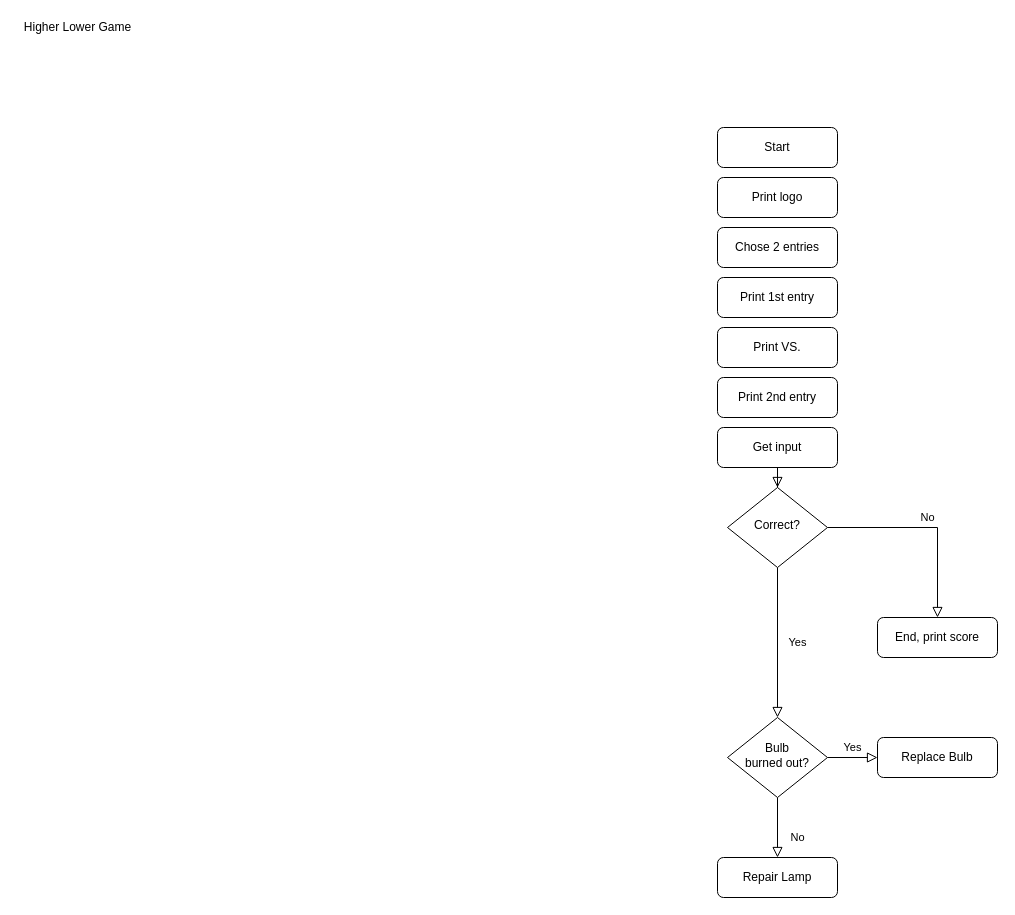
The draw.io diagram Untitled Diagram.drawio in frankg77/ummmm, before the edit. Source tidied: cells renumbered, new cells numbered last; positions are measured from the earlier drawing's top-left corner, leaving out a move shared by most shapes. Both pictures are drawn from the tidied source at 100%, with x=0, y=0 at pixel (17, 17).
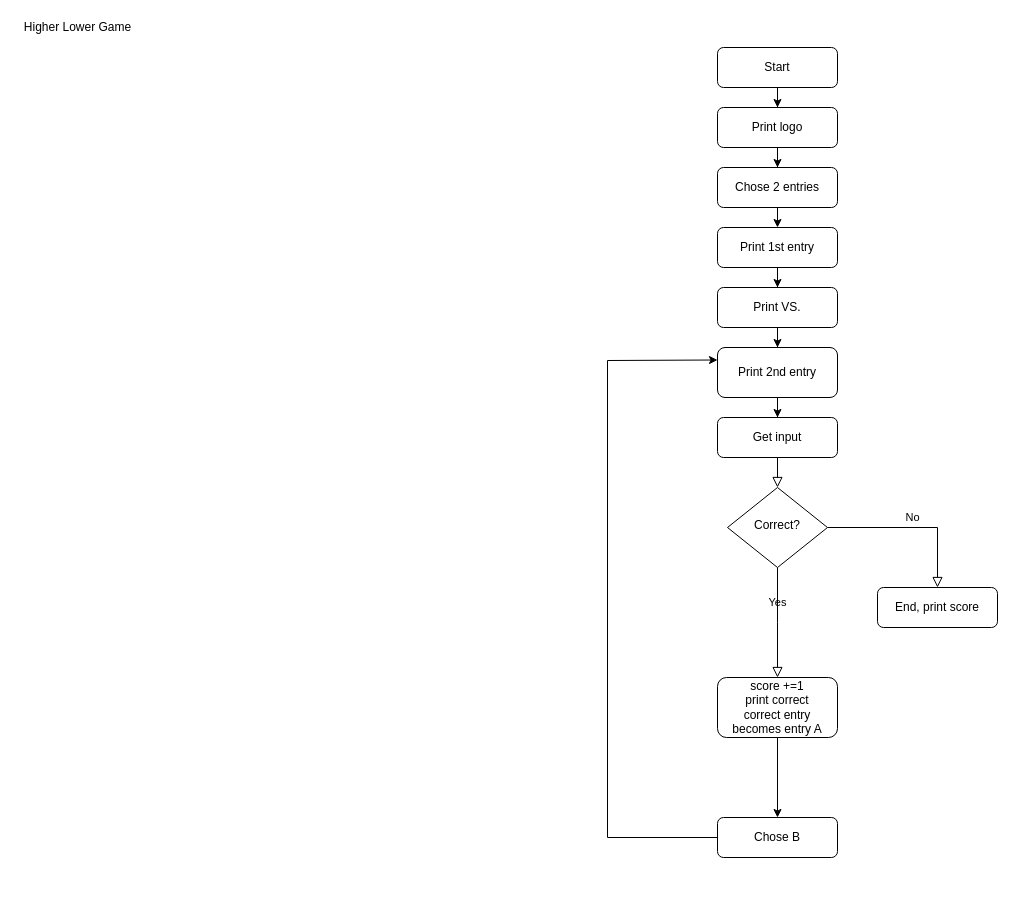
The same page after the edit.

The change refers to these unchanged cells:
```xml
<mxCell id="6" value="Correct?" style="rhombus;whiteSpace=wrap;html=1;shadow=0;fontFamily=Helvetica;fontSize=12;align=center;strokeWidth=1;spacing=6;spacingTop=-4;" parent="1" vertex="1">
  <mxGeometry x="710" y="470" width="100" height="80" as="geometry" />
</mxCell>
```

What changed in the source:
```diff
@@
+    <mxCell id="20" style="edgeStyle=orthogonalEdgeStyle;rounded=0;jettySize=auto;html=1;" parent="1" edge="1" source="3" target="14">
+      <mxGeometry relative="1" as="geometry" />
+    </mxCell>
     <mxCell id="3" value="Start" style="rounded=1;whiteSpace=wrap;html=1;fontSize=12;glass=0;strokeWidth=1;shadow=0;" parent="1" vertex="1">
-      <mxGeometry x="700" y="110" width="120" height="40" as="geometry" />
+      <mxGeometry x="700" y="30" width="120" height="40" as="geometry" />
     </mxCell>
-    <mxCell id="4" value="Yes" style="rounded=0;html=1;jettySize=auto;fontSize=11;endArrow=block;endFill=0;endSize=8;strokeWidth=1;shadow=0;labelBackgroundColor=none;edgeStyle=orthogonalEdgeStyle;" parent="1" edge="1" source="6" target="10">
-      <mxGeometry y="20" relative="1" as="geometry" />
+    <mxCell id="4" value="Yes" style="rounded=0;html=1;jettySize=auto;fontSize=11;endArrow=block;endFill=0;endSize=8;strokeWidth=1;shadow=0;labelBackgroundColor=none;edgeStyle=orthogonalEdgeStyle;" parent="1" edge="1" source="6">
+      <mxGeometry y="20" relative="1" as="geometry">
+        <mxPoint x="760" y="660" as="targetPoint" />
+      </mxGeometry>
     </mxCell>
@@
     <mxCell id="7" value="End, print score" style="rounded=1;whiteSpace=wrap;html=1;fontSize=12;glass=0;strokeWidth=1;shadow=0;" parent="1" vertex="1">
-      <mxGeometry x="860" y="600" width="120" height="40" as="geometry" />
+      <mxGeometry x="860" y="570" width="120" height="40" as="geometry" />
     </mxCell>
-    <mxCell id="8" value="No" style="rounded=0;html=1;jettySize=auto;fontSize=11;endArrow=block;endFill=0;endSize=8;strokeWidth=1;shadow=0;labelBackgroundColor=none;edgeStyle=orthogonalEdgeStyle;" parent="1" edge="1" source="10" target="11">
-      <mxGeometry x="0.33" y="20" relative="1" as="geometry" />
-    </mxCell>
-    <mxCell id="9" value="Yes" style="edgeStyle=orthogonalEdgeStyle;rounded=0;html=1;jettySize=auto;fontSize=11;endArrow=block;endFill=0;endSize=8;strokeWidth=1;shadow=0;labelBackgroundColor=none;" parent="1" edge="1" source="10" target="12">
-      <mxGeometry y="10" relative="1" as="geometry" />
-    </mxCell>
-    <mxCell id="10" value="Bulb&lt;br&gt;burned out?" style="rhombus;whiteSpace=wrap;html=1;shadow=0;fontFamily=Helvetica;fontSize=12;align=center;strokeWidth=1;spacing=6;spacingTop=-4;" parent="1" vertex="1">
-      <mxGeometry x="710" y="700" width="100" height="80" as="geometry" />
-    </mxCell>
-    <mxCell id="11" value="Repair Lamp" style="rounded=1;whiteSpace=wrap;html=1;fontSize=12;glass=0;strokeWidth=1;shadow=0;" parent="1" vertex="1">
-      <mxGeometry x="700" y="840" width="120" height="40" as="geometry" />
-    </mxCell>
+    <mxCell id="21" style="edgeStyle=none;rounded=0;jettySize=auto;html=1;entryX=0;entryY=0.25;entryDx=0;entryDy=0;exitX=0;exitY=0.5;exitDx=0;exitDy=0;" parent="1" edge="1" source="12" target="18">
+      <mxGeometry relative="1" as="geometry">
+        <Array as="points">
+          <mxPoint x="590" y="820" />
+          <mxPoint x="590" y="343" />
+        </Array>
+      </mxGeometry>
+    </mxCell>
-    <mxCell id="12" value="Replace Bulb" style="rounded=1;whiteSpace=wrap;html=1;fontSize=12;glass=0;strokeWidth=1;shadow=0;" parent="1" vertex="1">
-      <mxGeometry x="860" y="720" width="120" height="40" as="geometry" />
+    <mxCell id="12" value="Chose B" style="rounded=1;whiteSpace=wrap;html=1;fontSize=12;glass=0;strokeWidth=1;shadow=0;" parent="1" vertex="1">
+      <mxGeometry x="700" y="800" width="120" height="40" as="geometry" />
     </mxCell>
@@
+    <mxCell id="22" style="edgeStyle=orthogonalEdgeStyle;rounded=0;jettySize=auto;html=1;entryX=0.5;entryY=0;entryDx=0;entryDy=0;" parent="1" edge="1" source="14" target="15">
+      <mxGeometry relative="1" as="geometry" />
+    </mxCell>
     <mxCell id="14" value="Print logo" style="rounded=1;whiteSpace=wrap;html=1;fontSize=12;glass=0;strokeWidth=1;shadow=0;" parent="1" vertex="1">
-      <mxGeometry x="700" y="160" width="120" height="40" as="geometry" />
+      <mxGeometry x="700" y="90" width="120" height="40" as="geometry" />
     </mxCell>
+    <mxCell id="23" style="edgeStyle=orthogonalEdgeStyle;rounded=0;jettySize=auto;html=1;exitX=0.5;exitY=1;exitDx=0;exitDy=0;entryX=0.5;entryY=0;entryDx=0;entryDy=0;" parent="1" edge="1" source="15" target="16">
+      <mxGeometry relative="1" as="geometry" />
+    </mxCell>
     <mxCell id="15" value="Chose 2 entries" style="rounded=1;whiteSpace=wrap;html=1;fontSize=12;glass=0;strokeWidth=1;shadow=0;" parent="1" vertex="1">
-      <mxGeometry x="700" y="210" width="120" height="40" as="geometry" />
+      <mxGeometry x="700" y="150" width="120" height="40" as="geometry" />
     </mxCell>
+    <mxCell id="24" style="edgeStyle=orthogonalEdgeStyle;rounded=0;jettySize=auto;html=1;entryX=0.5;entryY=0;entryDx=0;entryDy=0;" parent="1" edge="1" source="16" target="17">
+      <mxGeometry relative="1" as="geometry" />
+    </mxCell>
+    <mxCell id="25" style="edgeStyle=orthogonalEdgeStyle;rounded=0;jettySize=auto;html=1;exitX=0.75;exitY=0;exitDx=0;exitDy=0;" parent="1" edge="1" source="16">
+      <mxGeometry relative="1" as="geometry">
+        <mxPoint x="790" y="210" as="targetPoint" />
+      </mxGeometry>
+    </mxCell>
     <mxCell id="16" value="Print 1st entry" style="rounded=1;whiteSpace=wrap;html=1;fontSize=12;glass=0;strokeWidth=1;shadow=0;" parent="1" vertex="1">
-      <mxGeometry x="700" y="260" width="120" height="40" as="geometry" />
+      <mxGeometry x="700" y="210" width="120" height="40" as="geometry" />
     </mxCell>
+    <mxCell id="26" style="edgeStyle=orthogonalEdgeStyle;rounded=0;jettySize=auto;html=1;entryX=0.5;entryY=0;entryDx=0;entryDy=0;" parent="1" edge="1" source="17" target="18">
+      <mxGeometry relative="1" as="geometry" />
+    </mxCell>
     <mxCell id="17" value="Print VS." style="rounded=1;whiteSpace=wrap;html=1;fontSize=12;glass=0;strokeWidth=1;shadow=0;" parent="1" vertex="1">
-      <mxGeometry x="700" y="310" width="120" height="40" as="geometry" />
+      <mxGeometry x="700" y="270" width="120" height="40" as="geometry" />
     </mxCell>
+    <mxCell id="27" style="edgeStyle=orthogonalEdgeStyle;rounded=0;jettySize=auto;html=1;entryX=0.5;entryY=0;entryDx=0;entryDy=0;" parent="1" edge="1" source="18" target="19">
+      <mxGeometry relative="1" as="geometry" />
+    </mxCell>
     <mxCell id="18" value="Print 2nd entry" style="rounded=1;whiteSpace=wrap;html=1;fontSize=12;glass=0;strokeWidth=1;shadow=0;" parent="1" vertex="1">
-      <mxGeometry x="700" y="360" width="120" height="40" as="geometry" />
+      <mxGeometry x="700" y="330" width="120" height="50" as="geometry" />
     </mxCell>
     <mxCell id="19" value="Get input" style="rounded=1;whiteSpace=wrap;html=1;fontSize=12;glass=0;strokeWidth=1;shadow=0;" parent="1" vertex="1">
-      <mxGeometry x="700" y="410" width="120" height="40" as="geometry" />
+      <mxGeometry x="700" y="400" width="120" height="40" as="geometry" />
     </mxCell>
+    <mxCell id="28" style="edgeStyle=orthogonalEdgeStyle;rounded=0;jettySize=auto;html=1;entryX=0.5;entryY=0;entryDx=0;entryDy=0;" parent="1" edge="1" source="29" target="12">
+      <mxGeometry relative="1" as="geometry" />
+    </mxCell>
+    <mxCell id="29" value="score +=1&lt;br&gt;print correct&lt;br&gt;correct entry becomes entry A" style="whiteSpace=wrap;html=1;rounded=1;glass=0;strokeWidth=1;shadow=0;" parent="1" vertex="1">
+      <mxGeometry x="700" y="660" width="120" height="60" as="geometry" />
+    </mxCell>
```
